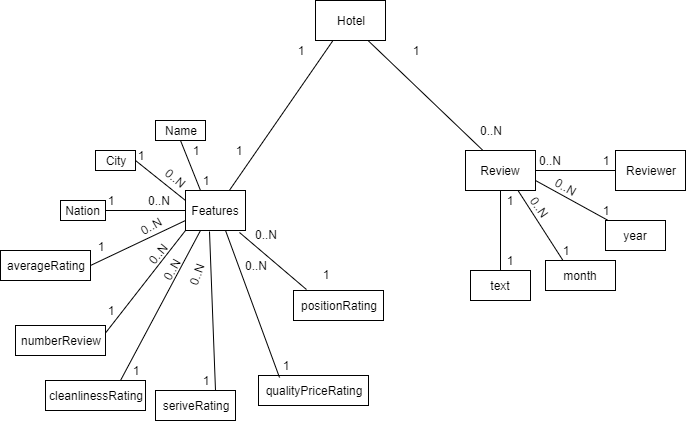
Before: img/classDiagramTask2.png, a diagram exported from draw.io (MatteoDJon/Task2LSMDB). Source tidied: cells renumbered, new cells last; positions are measured from the earlier drawing's top-left corner, leaving out a move shared by most shapes.
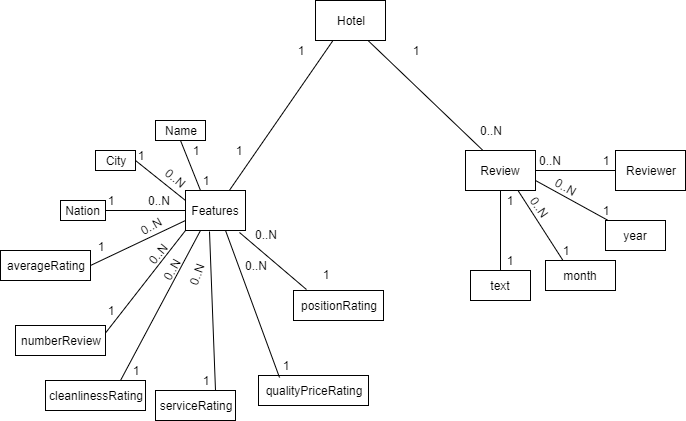
After the commit.

Change to the diagram source:
```diff
@@ -47,7 +47,7 @@
     <mxCell id="16" value="cleanlinessRating" style="rounded=0;whiteSpace=wrap;html=1;" parent="1" vertex="1">
       <mxGeometry x="45" y="380" width="100" height="30" as="geometry" />
     </mxCell>
-    <mxCell id="17" value="seriveRating" style="rounded=0;whiteSpace=wrap;html=1;" parent="1" vertex="1">
+    <mxCell id="17" value="serviceRating" style="rounded=0;whiteSpace=wrap;html=1;" parent="1" vertex="1">
       <mxGeometry x="155" y="390" width="80" height="30" as="geometry" />
     </mxCell>
     <mxCell id="18" value="qualityPriceRating" style="rounded=0;whiteSpace=wrap;html=1;" parent="1" vertex="1">
```
